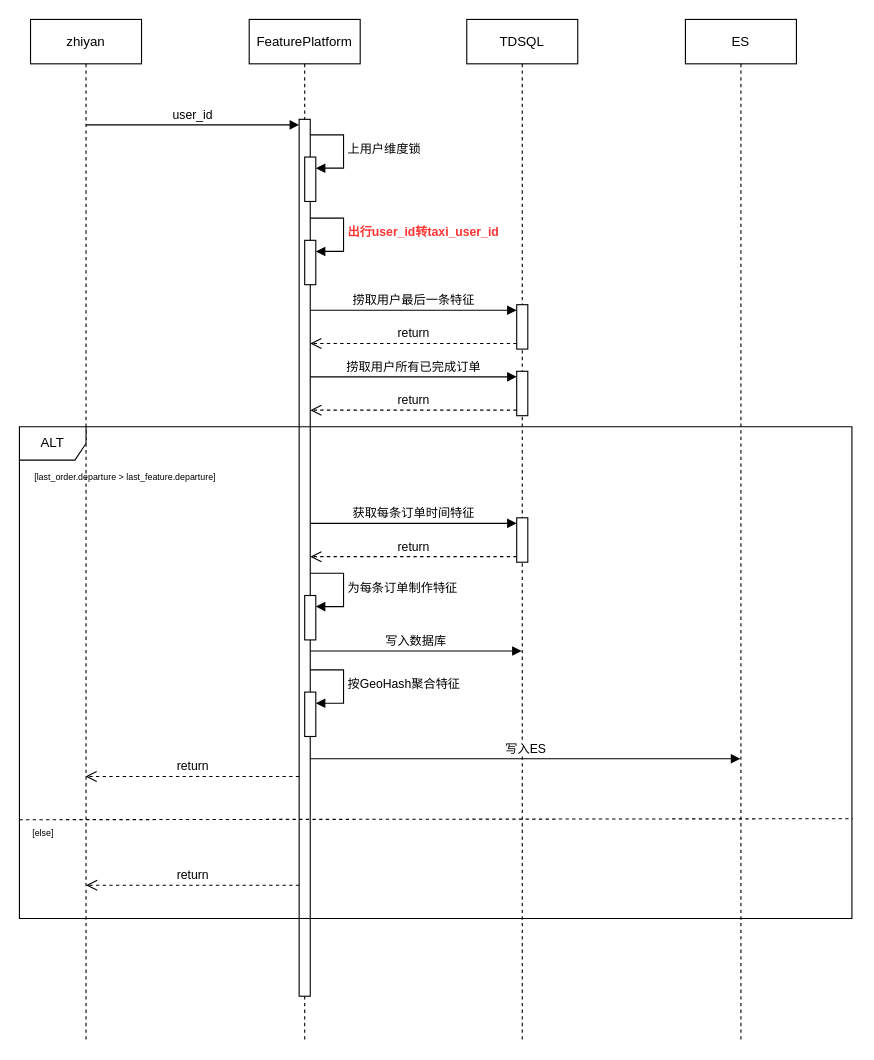
Earlier version of the draw.io diagram page "user特征" (10 of 13) of tms/转化率提升.drawio (wangziji/graphics). Source tidied: cells renumbered, new cells numbered last; positions are measured from the earlier drawing's top-left corner, leaving out a move shared by most shapes. Both pictures are drawn from the tidied source at 111%, with x=0, y=0 at pixel (19, 19).
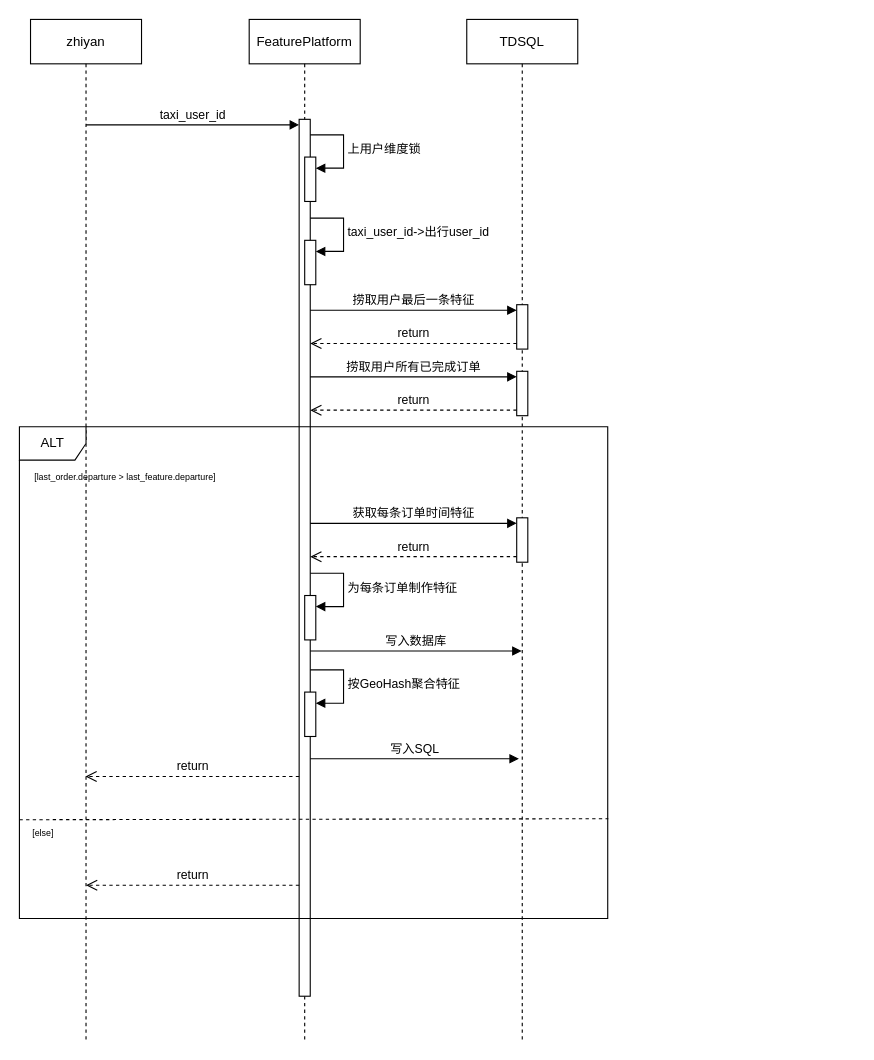
After the change.

The change refers to these unchanged cells:
```xml
<mxCell id="3" value="FeaturePlatform" style="shape=umlLifeline;perimeter=lifelinePerimeter;whiteSpace=wrap;html=1;newEdgeStyle={&quot;curved&quot;:0,&quot;rounded&quot;:0};" parent="1" vertex="1">
  <mxGeometry x="207" width="100" height="920" as="geometry" />
</mxCell>
<mxCell id="4" style="html=1;points=[[0,0,0,0,5],[0,1,0,0,-5],[1,0,0,0,5],[1,1,0,0,-5]];perimeter=orthogonalPerimeter;outlineConnect=0;targetShapes=umlLifeline;portConstraint=eastwest;newEdgeStyle={&quot;curved&quot;:0,&quot;rounded&quot;:0};" parent="3" vertex="1">
  <mxGeometry x="45" y="90" width="10" height="790" as="geometry" />
</mxCell>
<mxCell id="5" style="html=1;points=[[0,0,0,0,5],[0,1,0,0,-5],[1,0,0,0,5],[1,1,0,0,-5]];perimeter=orthogonalPerimeter;outlineConnect=0;targetShapes=umlLifeline;portConstraint=eastwest;newEdgeStyle={&quot;curved&quot;:0,&quot;rounded&quot;:0};" parent="3" vertex="1">
  <mxGeometry x="50" y="199" width="10" height="40" as="geometry" />
</mxCell>
```

The edit, as a diff of the source:
```diff
@@
-    <mxCell id="6" value="&lt;b&gt;&lt;font style=&quot;color: rgb(255, 51, 51);&quot;&gt;出行user_id转taxi_user_id&lt;/font&gt;&lt;/b&gt;" style="html=1;align=left;spacingLeft=2;endArrow=block;rounded=0;edgeStyle=orthogonalEdgeStyle;curved=0;rounded=0;" parent="3" edge="1" target="5">
-      <mxGeometry relative="1" as="geometry">
+    <mxCell id="6" value="&lt;font style=&quot;color: rgb(0, 0, 0);&quot;&gt;taxi_user_id-&amp;gt;出行user_id&lt;/font&gt;" style="html=1;align=left;spacingLeft=2;endArrow=block;rounded=0;edgeStyle=orthogonalEdgeStyle;curved=0;rounded=0;" parent="3" edge="1" target="5">
+      <mxGeometry x="0.01" relative="1" as="geometry">
         <mxPoint x="55" y="179" as="sourcePoint" />
         <Array as="points">
           <mxPoint x="85" y="209" />
         </Array>
       </mxGeometry>
     </mxCell>
@@
-    <mxCell id="21" value="&lt;p class=&quot;paragraph&quot;&gt;&lt;span spellcheck=&quot;false&quot; class=&quot;code&quot;&gt;ES&lt;/span&gt;&lt;/p&gt;" style="shape=umlLifeline;perimeter=lifelinePerimeter;whiteSpace=wrap;html=1;newEdgeStyle={&quot;curved&quot;:0,&quot;rounded&quot;:0};" parent="1" vertex="1">
-      <mxGeometry x="600" width="100" height="920" as="geometry" />
-    </mxCell>
-    <mxCell id="22" value="user_id" style="html=1;verticalAlign=bottom;endArrow=block;curved=0;rounded=0;entryX=0;entryY=0;entryDx=0;entryDy=5;" parent="1" edge="1" target="4">
+    <mxCell id="22" value="taxi_user_id" style="html=1;verticalAlign=bottom;endArrow=block;curved=0;rounded=0;entryX=0;entryY=0;entryDx=0;entryDy=5;" parent="1" edge="1" target="4">
       <mxGeometry relative="1" as="geometry">
         <mxPoint x="60" y="95" as="sourcePoint" />
       </mxGeometry>
     </mxCell>
@@
     <mxCell id="27" value="ALT" style="shape=umlFrame;whiteSpace=wrap;html=1;" parent="1" vertex="1">
-      <mxGeometry y="367" width="750" height="443" as="geometry" />
+      <mxGeometry y="367" width="530" height="443" as="geometry" />
     </mxCell>
@@
-    <mxCell id="29" value="写入ES" style="html=1;verticalAlign=bottom;endArrow=block;curved=0;rounded=0;" parent="1" edge="1">
+    <mxCell id="29" value="写入SQL" style="html=1;verticalAlign=bottom;endArrow=block;curved=0;rounded=0;" parent="1" edge="1">
       <mxGeometry relative="1" as="geometry">
         <mxPoint x="262" y="666" as="sourcePoint" />
-        <mxPoint x="649.5" y="666" as="targetPoint" />
+        <mxPoint x="450" y="666" as="targetPoint" />
       </mxGeometry>
     </mxCell>
```
